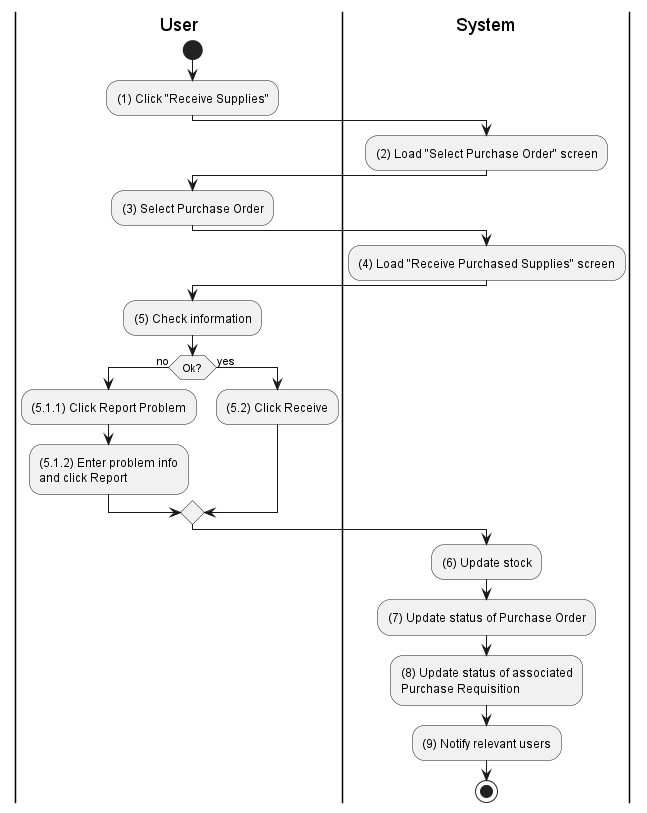
Before: activities/inventory-supply-receive.png, a diagram exported from PlantUML (phihungha/scmss-reqs).
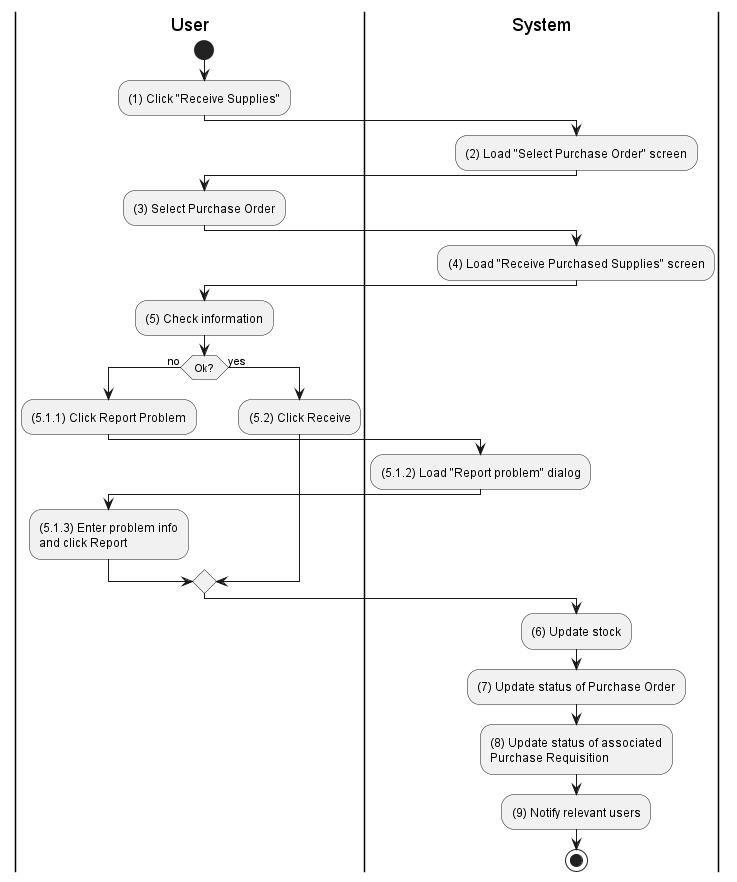
After the commit.

The edit, as a diff of the source:
```diff
@@ -21,7 +21,12 @@
 if (Ok?) then (no)
     |u|
     :(5.1.1) Click Report Problem;
-    :(5.1.2) Enter problem info\nand click Report;
+
+    |s|
+    :(5.1.2) Load "Report problem" dialog;
+
+    |u|
+    :(5.1.3) Enter problem info\nand click Report;
 else (yes)
     |u|
     :(5.2) Click Receive;
```
